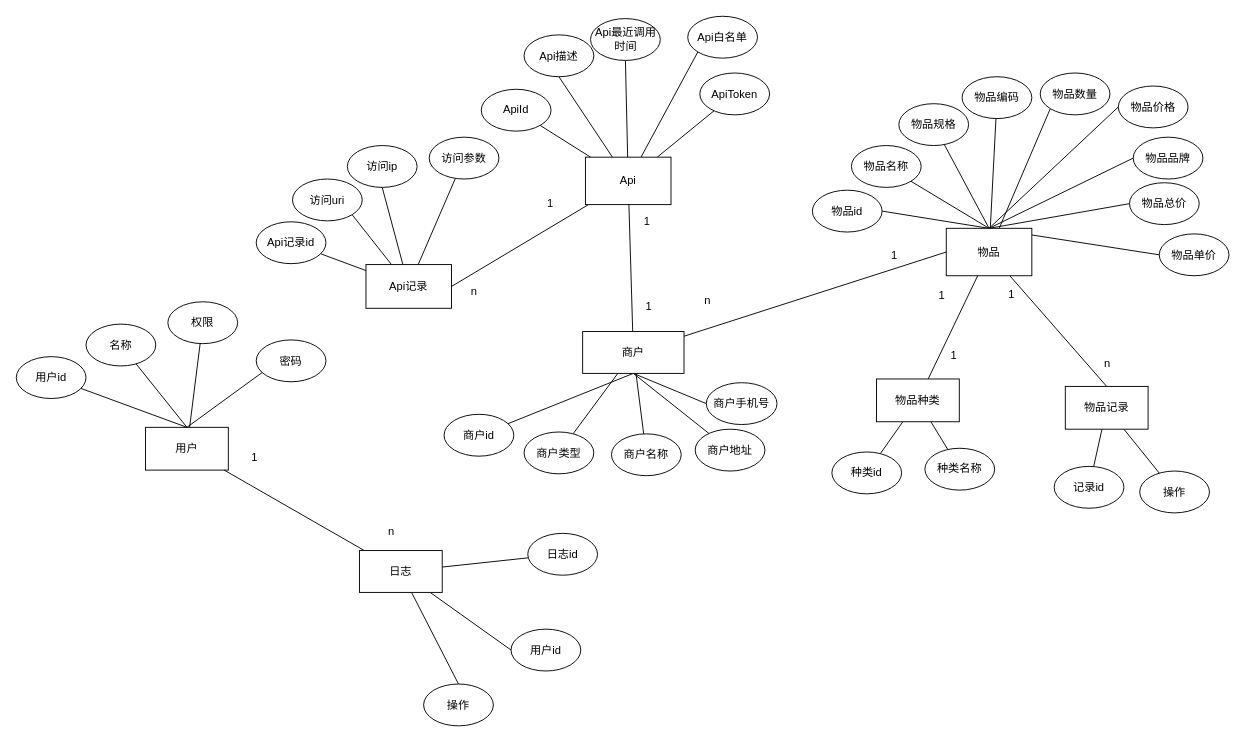
This is save/实体E-R图.drawio from kehaha-5/drawio, a draw.io file, before an edit. Source tidied: cells renumbered, new cells numbered last; positions are measured from the earlier drawing's top-left corner, leaving out a move shared by most shapes. Both pictures are drawn from the tidied source at 93%, with x=0, y=0 at pixel (16, 16).
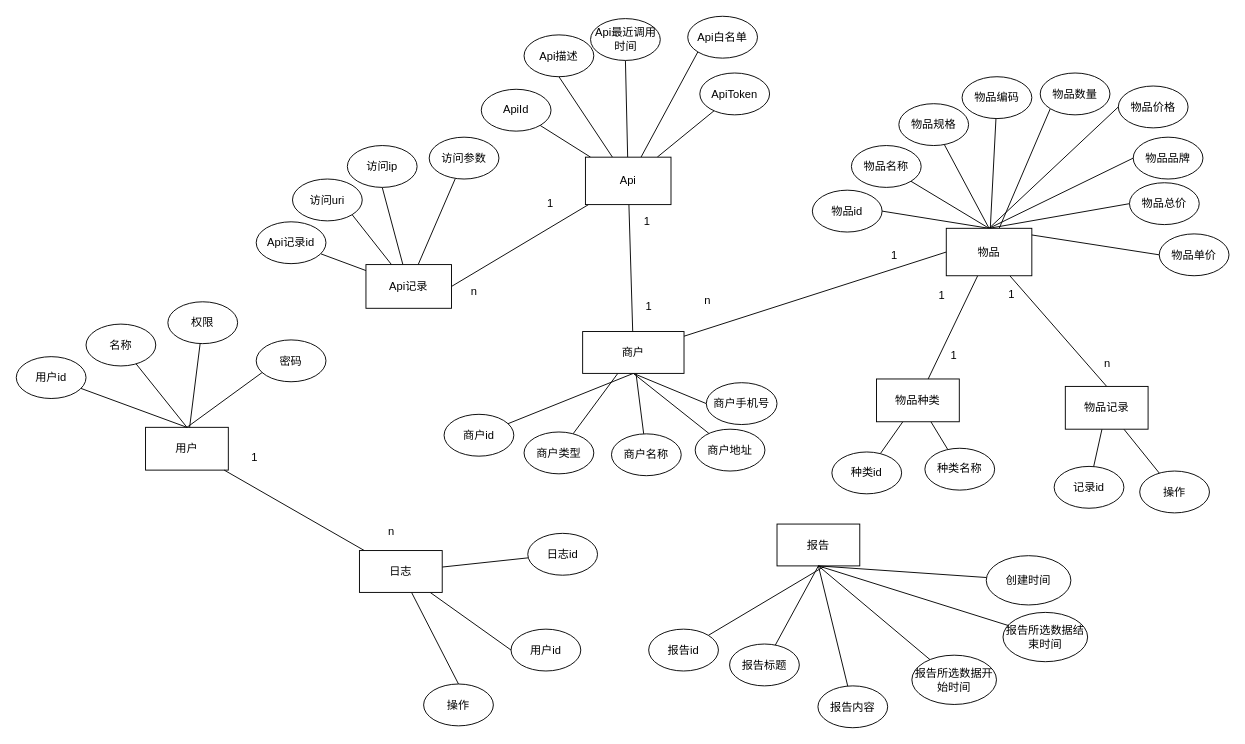
The same diagram, later.

Commit message:
更新实体E-R图.drawio

Change to the diagram source:
```diff
@@
+    <mxCell id="96" value="报告" style="rounded=0;whiteSpace=wrap;html=1;" parent="1" vertex="1">
+      <mxGeometry x="818" y="546" width="89" height="45" as="geometry" />
+    </mxCell>
+    <mxCell id="97" style="rounded=0;jettySize=auto;html=1;endArrow=none;startFill=0;" parent="1" edge="1" source="98">
+      <mxGeometry relative="1" as="geometry">
+        <mxPoint x="868" y="592" as="targetPoint" />
+      </mxGeometry>
+    </mxCell>
+    <mxCell id="98" value="报告id" style="ellipse;whiteSpace=wrap;html=1;" parent="1" vertex="1">
+      <mxGeometry x="680" y="659" width="75" height="45" as="geometry" />
+    </mxCell>
+    <mxCell id="99" style="rounded=0;jettySize=auto;html=1;endArrow=none;startFill=0;entryX=0.5;entryY=1;entryDx=0;entryDy=0;" parent="1" edge="1" source="100" target="96">
+      <mxGeometry relative="1" as="geometry" />
+    </mxCell>
+    <mxCell id="100" value="报告标题" style="ellipse;whiteSpace=wrap;html=1;" parent="1" vertex="1">
+      <mxGeometry x="767" y="675" width="75" height="45" as="geometry" />
+    </mxCell>
+    <mxCell id="101" style="rounded=0;jettySize=auto;html=1;entryX=0.5;entryY=1;entryDx=0;entryDy=0;endArrow=none;startFill=0;" parent="1" edge="1" source="102" target="96">
+      <mxGeometry relative="1" as="geometry" />
+    </mxCell>
+    <mxCell id="102" value="报告内容" style="ellipse;whiteSpace=wrap;html=1;" parent="1" vertex="1">
+      <mxGeometry x="862" y="720" width="75" height="45" as="geometry" />
+    </mxCell>
+    <mxCell id="103" style="rounded=0;jettySize=auto;html=1;entryX=0.5;entryY=1;entryDx=0;entryDy=0;endArrow=none;startFill=0;" parent="1" edge="1" source="104" target="96">
+      <mxGeometry relative="1" as="geometry" />
+    </mxCell>
+    <mxCell id="104" value="报告所选数据开始时间" style="ellipse;whiteSpace=wrap;html=1;" parent="1" vertex="1">
+      <mxGeometry x="963" y="687" width="91" height="53" as="geometry" />
+    </mxCell>
+    <mxCell id="105" style="rounded=0;jettySize=auto;html=1;entryX=0.5;entryY=1;entryDx=0;entryDy=0;endArrow=none;startFill=0;" parent="1" edge="1" source="106" target="96">
+      <mxGeometry relative="1" as="geometry" />
+    </mxCell>
+    <mxCell id="106" value="报告所选数据结束时间" style="ellipse;whiteSpace=wrap;html=1;" parent="1" vertex="1">
+      <mxGeometry x="1061" y="641" width="91" height="53" as="geometry" />
+    </mxCell>
+    <mxCell id="107" style="rounded=0;jettySize=auto;html=1;entryX=0.5;entryY=1;entryDx=0;entryDy=0;endArrow=none;startFill=0;" parent="1" edge="1" source="108" target="96">
+      <mxGeometry relative="1" as="geometry" />
+    </mxCell>
+    <mxCell id="108" value="创建时间" style="ellipse;whiteSpace=wrap;html=1;" parent="1" vertex="1">
+      <mxGeometry x="1043" y="580" width="91" height="53" as="geometry" />
+    </mxCell>
```
